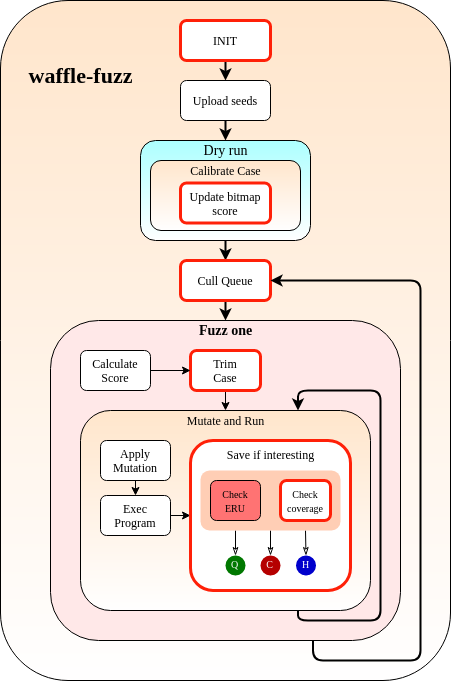
Above: Images/Chapter3/waffle-fuzz-proc.png in behnamarbab/masterthesis (draw.io), before the change. Source tidied: cells renumbered, new cells last; positions are measured from the earlier drawing's top-left corner, leaving out a move shared by most shapes.
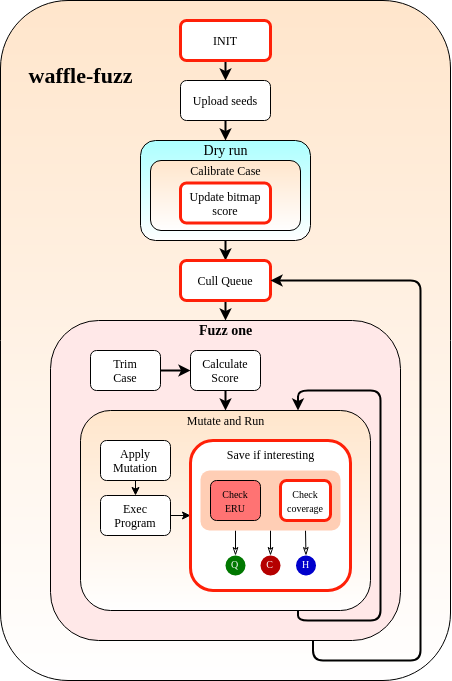
After the change.

Commit message:
Explain fuzz_one procedure Update the illustration Remove the modifications of the trimming procedure

Diff of the diagram source:
```diff
@@ -41,17 +41,17 @@
     <mxCell id="12" style="rounded=1;whiteSpace=wrap;html=1;fontFamily=Georgia;fillColor=#FFE8E8;" parent="1" vertex="1">
       <mxGeometry x="50" y="320" width="350" height="320" as="geometry" />
     </mxCell>
-    <mxCell id="13" style="edgeStyle=orthogonalEdgeStyle;rounded=1;jettySize=auto;html=1;exitX=0.5;exitY=1;exitDx=0;exitDy=0;entryX=0.5;entryY=0;entryDx=0;entryDy=0;fontFamily=Georgia;fontSize=14;fontColor=#FFFFFF;endArrow=classic;endFill=1;startSize=6;strokeWidth=1;" parent="1" edge="1" source="14" target="17">
-      <mxGeometry relative="1" as="geometry" />
-    </mxCell>
+    <mxCell id="47" style="edgeStyle=orthogonalEdgeStyle;rounded=1;jettySize=auto;html=1;exitX=1;exitY=0.5;exitDx=0;exitDy=0;entryX=0;entryY=0.5;entryDx=0;entryDy=0;fontFamily=Georgia;fontSize=14;fontColor=#FFFFFF;endArrow=classic;endFill=1;startSize=6;strokeWidth=2;" parent="1" edge="1" source="14" target="16">
+      <mxGeometry relative="1" as="geometry" />
+    </mxCell>
-    <mxCell id="14" value="Trim&lt;br&gt;Case" style="rounded=1;whiteSpace=wrap;html=1;fontFamily=Georgia;strokeColor=#FF2008;strokeWidth=3;" parent="1" vertex="1">
-      <mxGeometry x="190" y="350" width="70" height="40" as="geometry" />
+    <mxCell id="14" value="Trim&lt;br&gt;Case" style="rounded=1;whiteSpace=wrap;html=1;fontFamily=Georgia;strokeWidth=1;" parent="1" vertex="1">
+      <mxGeometry x="90" y="350" width="70" height="40" as="geometry" />
     </mxCell>
-    <mxCell id="15" style="edgeStyle=orthogonalEdgeStyle;rounded=1;jettySize=auto;html=1;exitX=1;exitY=0.5;exitDx=0;exitDy=0;entryX=0;entryY=0.5;entryDx=0;entryDy=0;fontFamily=Georgia;fontSize=14;fontColor=#FFFFFF;endArrow=classic;endFill=1;startSize=6;strokeWidth=1;" parent="1" edge="1" source="16" target="14">
-      <mxGeometry relative="1" as="geometry" />
-    </mxCell>
+    <mxCell id="48" style="edgeStyle=orthogonalEdgeStyle;rounded=1;jettySize=auto;html=1;exitX=0.5;exitY=1;exitDx=0;exitDy=0;entryX=0.5;entryY=0;entryDx=0;entryDy=0;fontFamily=Georgia;fontSize=14;fontColor=#FFFFFF;endArrow=classic;endFill=1;startSize=6;strokeWidth=2;" parent="1" edge="1" source="16" target="17">
+      <mxGeometry relative="1" as="geometry" />
+    </mxCell>
     <mxCell id="16" value="Calculate&lt;br&gt;Score" style="rounded=1;whiteSpace=wrap;html=1;fontFamily=Georgia;" parent="1" vertex="1">
-      <mxGeometry x="80" y="350" width="70" height="40" as="geometry" />
+      <mxGeometry x="190" y="350" width="70" height="40" as="geometry" />
     </mxCell>
     <mxCell id="17" style="rounded=1;whiteSpace=wrap;html=1;fillColor=#FFE6CC;gradientColor=#ffffff;fontFamily=Georgia;" parent="1" vertex="1">
       <mxGeometry x="80" y="410" width="290" height="200" as="geometry" />
```
